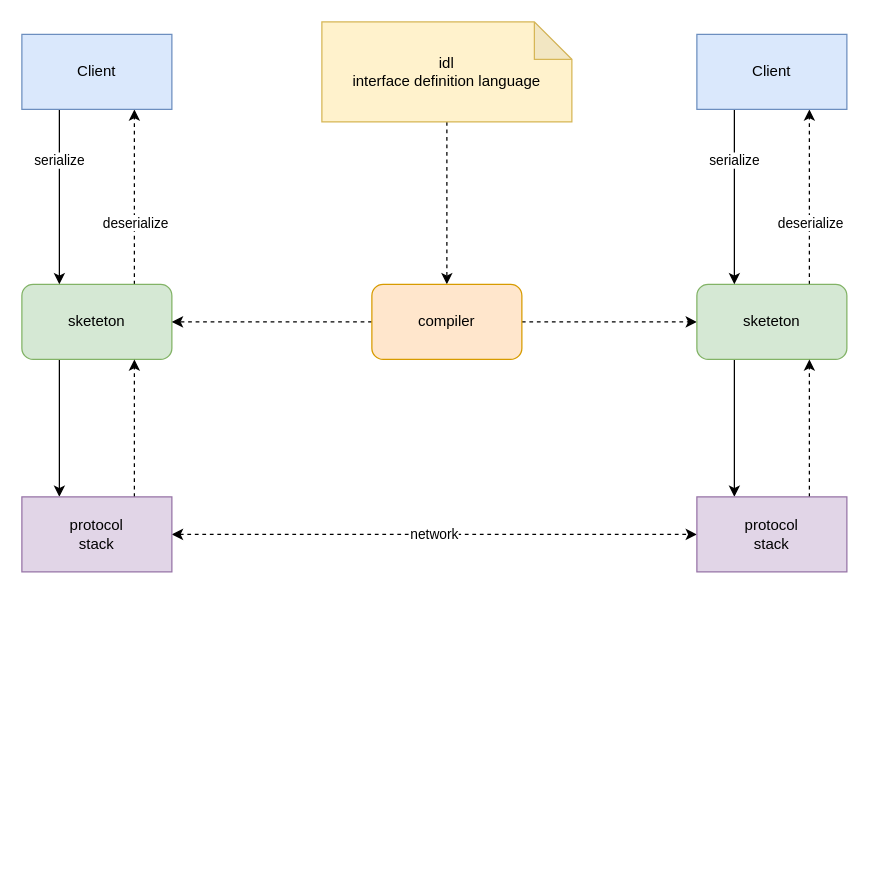
This is other/protobuf.drawio from thebesteric/draw.io, a draw.io file, before an edit. Source tidied: cells renumbered, new cells numbered last; positions are measured from the earlier drawing's top-left corner, leaving out a move shared by most shapes. Both pictures are drawn from the tidied source at 125%, with x=0, y=0 at pixel (21, 21).
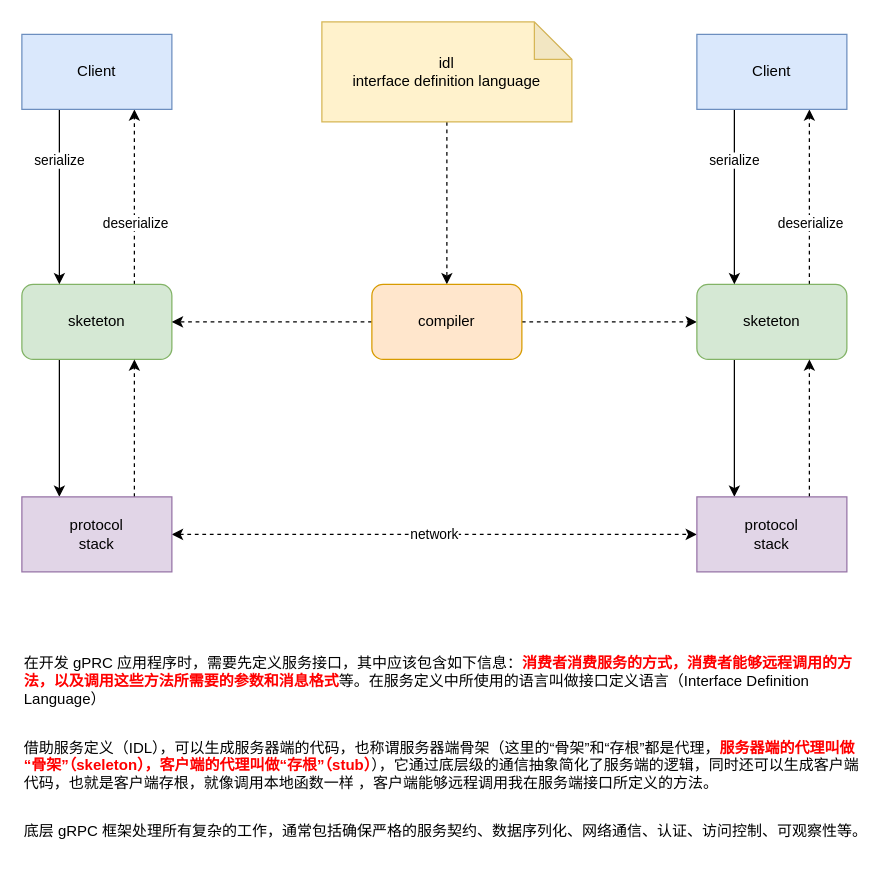
Above is the later version.

Change to the diagram source:
```diff
@@
+    <mxCell id="26" value="&lt;div class=&quot;lake-content&quot;&gt;&lt;p id=&quot;ue35cee20&quot; class=&quot;ne-p&quot; style=&quot;margin: 0 ; padding: 0 ; min-height: 24px&quot;&gt;&lt;span class=&quot;ne-text&quot;&gt;在开发 gPRC 应用程序时，需要先定义服务接口，其中应该包含如下信息：&lt;b&gt;&lt;font color=&quot;#ff0000&quot;&gt;消费者消费服务的方式，消费者能够远程调用的方法，以及调用这些方法所需要的参数和消息格式&lt;/font&gt;&lt;/b&gt;等。在服务定义中所使用的语言叫做接口定义语言（Interface Definition Language）&lt;/span&gt;&lt;/p&gt;&lt;p id=&quot;u1da1a02e&quot; class=&quot;ne-p&quot; style=&quot;margin: 0 ; padding: 0 ; min-height: 24px&quot;&gt;&lt;span class=&quot;ne-text&quot;&gt;&lt;/span&gt;&lt;/p&gt;&lt;p id=&quot;u1bf918ef&quot; class=&quot;ne-p&quot; style=&quot;margin: 0 ; padding: 0 ; min-height: 24px&quot;&gt;&lt;span class=&quot;ne-text&quot;&gt;借助服务定义（IDL），可以生成服务器端的代码，也称谓服务器端骨架（这里的“骨架”和“存根”都是代理，&lt;b&gt;&lt;font color=&quot;#ff0000&quot;&gt;服务器端的代理叫做“骨架”（skeleton），客户端的代理叫做“存根”（stub）&lt;/font&gt;&lt;/b&gt;），它通过底层级的通信抽象简化了服务端的逻辑，同时还可以生成客户端代码，也就是客户端存根，就像调用本地函数一样&lt;span style=&quot;white-space: pre&quot;&gt; &lt;/span&gt;，客户端能够远程调用我在服务端接口所定义的方法。&lt;/span&gt;&lt;/p&gt;&lt;p id=&quot;u0b2ed73f&quot; class=&quot;ne-p&quot; style=&quot;margin: 0 ; padding: 0 ; min-height: 24px&quot;&gt;&lt;span class=&quot;ne-text&quot;&gt;&lt;/span&gt;&lt;/p&gt;&lt;p id=&quot;u573504d4&quot; class=&quot;ne-p&quot; style=&quot;margin: 0 ; padding: 0 ; min-height: 24px&quot;&gt;&lt;span class=&quot;ne-text&quot;&gt;底层 gRPC 框架处理所有复杂的工作，通常包括确保严格的服务契约、数据序列化、网络通信、认证、访问控制、可观察性等。&lt;/span&gt;&lt;/p&gt;&lt;/div&gt;" style="text;html=1;strokeColor=none;fillColor=none;align=left;verticalAlign=middle;whiteSpace=wrap;rounded=0;" parent="1" vertex="1">
+      <mxGeometry y="490" width="680" height="190" as="geometry" />
+    </mxCell>
```
